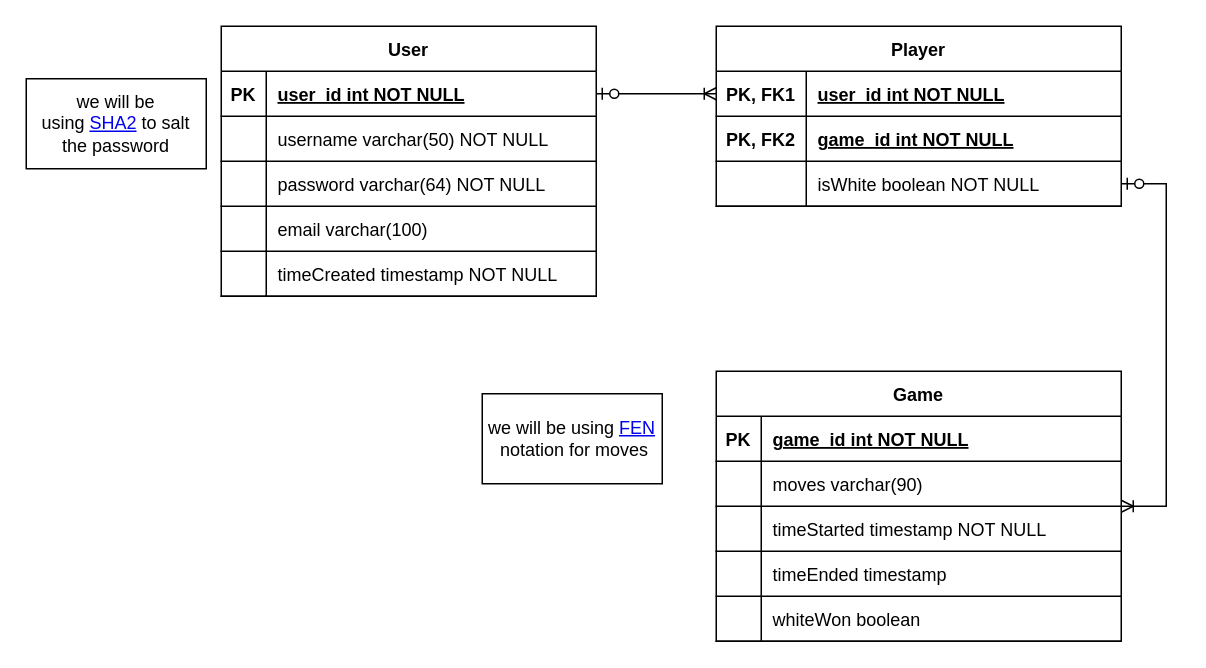
Ultrasonic1209/chess-app-frontend keeps this draw.io diagram as public/nea/Designed SQL.drawio. Above is the earlier version. Source tidied: cells renumbered, new cells numbered last; positions are measured from the earlier drawing's top-left corner, leaving out a move shared by most shapes. Both pictures are drawn from the tidied source at 150%, with x=0, y=0 at pixel (26, 26).
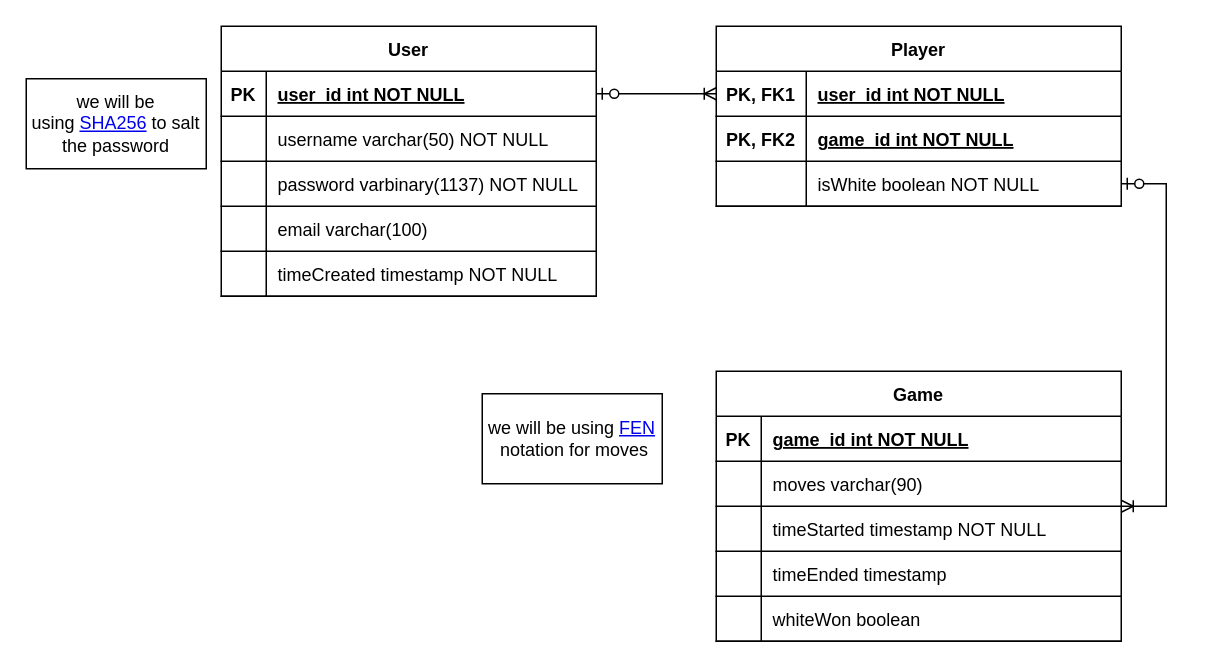
Above is the later version.

Unchanged cells that the change refers to:
```xml
<mxCell id="19" style="shape=partialRectangle;fillColor=none;top=0;left=0;right=0;bottom=0;" parent="12" vertex="1">
  <mxGeometry y="90" width="250" height="30" as="geometry" />
</mxCell>
```

Change to the diagram source:
```diff
@@
-    <mxCell id="21" value="password varchar(64) NOT NULL" style="shape=partialRectangle;overflow=hidden;fillColor=none;top=0;left=0;bottom=1;right=0;align=left;spacingLeft=6;" parent="19" vertex="1">
+    <mxCell id="21" value="password varbinary(1137) NOT NULL" style="shape=partialRectangle;overflow=hidden;fillColor=none;top=0;left=0;bottom=1;right=0;align=left;spacingLeft=6;" parent="19" vertex="1">
       <mxGeometry x="30" width="220" height="30" as="geometry" />
     </mxCell>
@@
-    <mxCell id="28" value="we will be using&amp;nbsp;&lt;a href=&quot;https://mariadb.com/kb/en/sha2/&quot;&gt;SHA2&lt;/a&gt;&amp;nbsp;to salt the password" style="rounded=0;whiteSpace=wrap;html=1;" parent="1" vertex="1">
+    <mxCell id="28" value="we will be using&amp;nbsp;&lt;a href=&quot;https://mariadb.com/kb/en/sha2/&quot;&gt;SHA256&lt;/a&gt;&amp;nbsp;to salt the password" style="rounded=0;whiteSpace=wrap;html=1;" parent="1" vertex="1">
       <mxGeometry y="35" width="120" height="60" as="geometry" />
     </mxCell>
```
